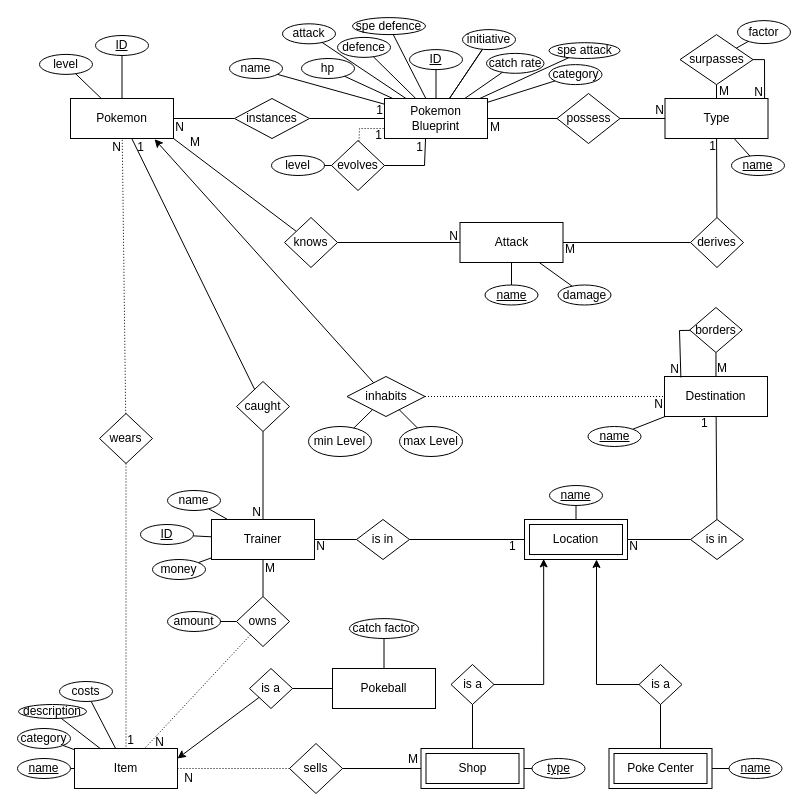
This is Projekt/Pokemon Scuffed Grey.drawio from mypictur3esforu/Pokemon-Scuffed-Grey, a draw.io file, before an edit. Source tidied: cells renumbered, new cells numbered last; positions are measured from the earlier drawing's top-left corner, leaving out a move shared by most shapes. Both pictures are drawn from the tidied source at 100%, with x=0, y=0 at pixel (17, 17).
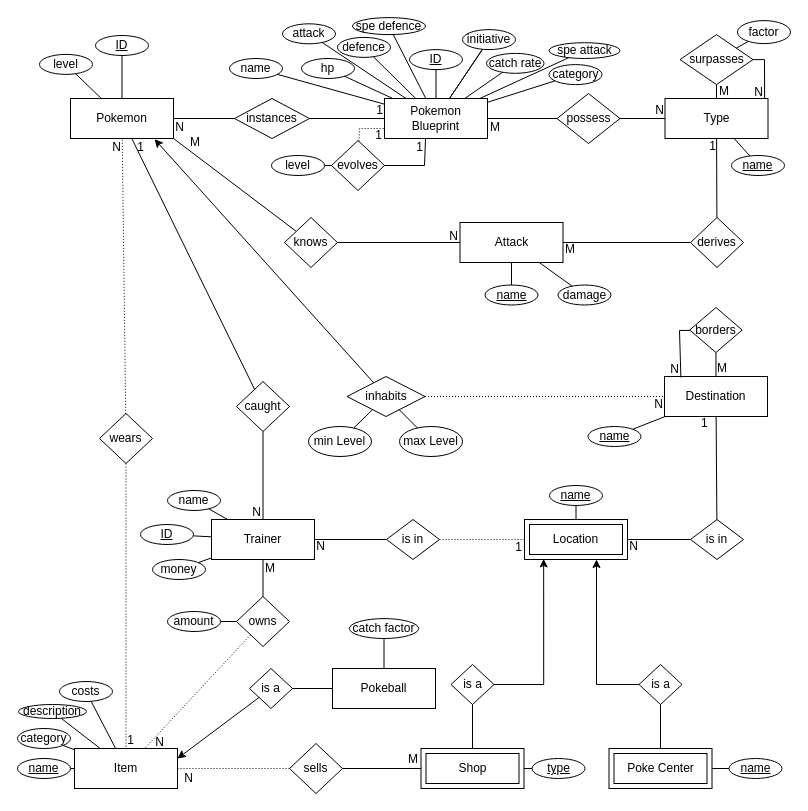
Above is the later version.

Commit message (it also covers changes not shown here):
Every location CAN have no Trainers now

Unchanged cells that the change refers to:
```xml
<mxCell id="143" value="Location" style="shape=ext;margin=3;double=1;whiteSpace=wrap;html=1;align=center;" parent="1" vertex="1">
  <mxGeometry x="507" y="502" width="103" height="40" as="geometry" />
</mxCell>
```

Change to the diagram source:
```diff
@@
-    <mxCell id="23" style="endArrow=none;html=1;rounded=0;" parent="1" edge="1" source="143" target="25">
-      <mxGeometry relative="1" as="geometry" />
-    </mxCell>
-    <mxCell id="24" value="1" style="html=1;whiteSpace=wrap;align=left;verticalAlign=bottom;" parent="23" vertex="1">
-      <mxGeometry x="-1" relative="1" as="geometry">
-        <mxPoint x="-17" y="15" as="offset" />
-      </mxGeometry>
-    </mxCell>
     <mxCell id="25" value="is in" style="shape=rhombus;perimeter=rhombusPerimeter;whiteSpace=wrap;html=1;align=center;" parent="1" vertex="1">
-      <mxGeometry x="339" y="502" width="53" height="40" as="geometry" />
+      <mxGeometry x="369" y="502" width="53" height="40" as="geometry" />
     </mxCell>
@@
+    <mxCell id="157" style="endArrow=none;html=1;rounded=0;dashed=1;dashPattern=1 2;elbow=vertical;" parent="1" edge="1" source="25" target="143">
+      <mxGeometry relative="1" as="geometry" />
+    </mxCell>
+    <mxCell id="24" value="1" style="html=1;whiteSpace=wrap;align=right;verticalAlign=bottom;" parent="157" vertex="1">
+      <mxGeometry x="1" relative="1" as="geometry">
+        <mxPoint x="-1" y="16" as="offset" />
+      </mxGeometry>
+    </mxCell>
```
